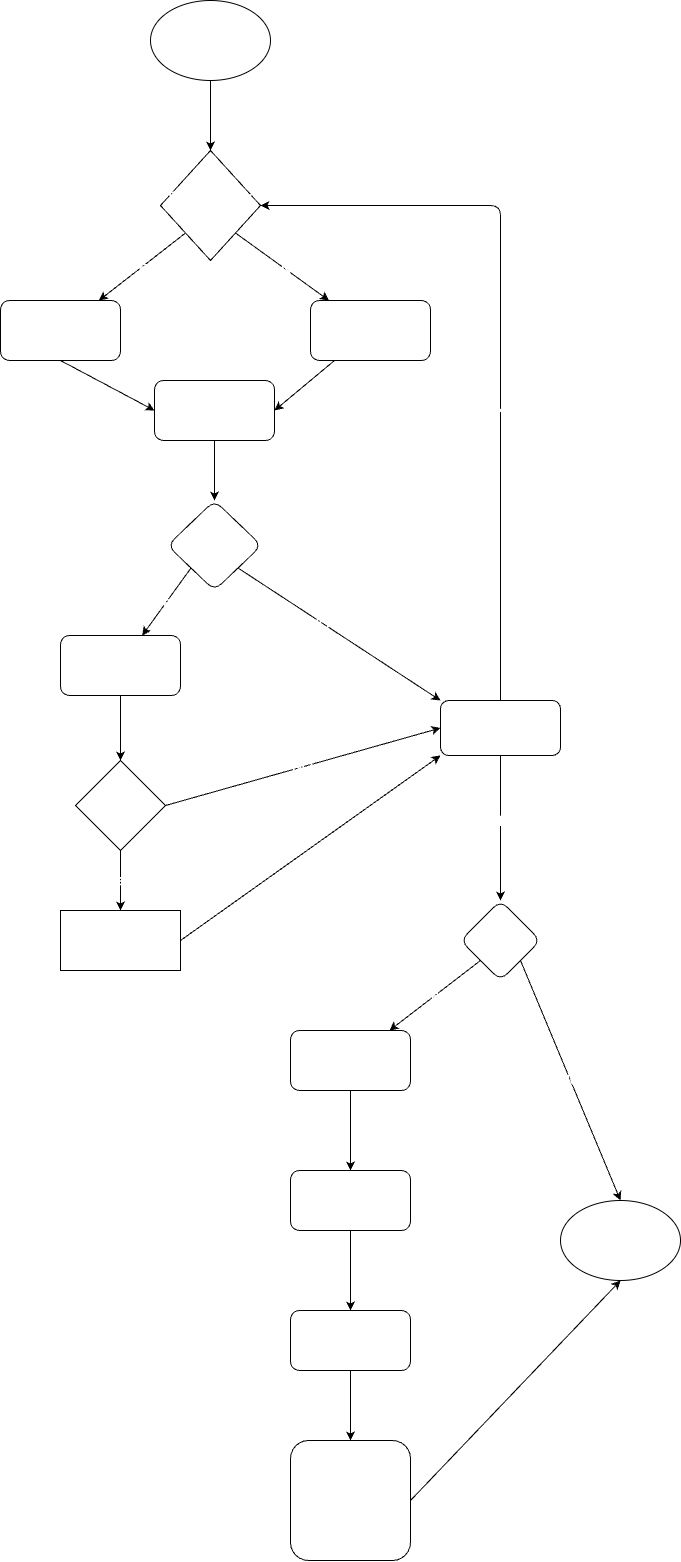
This is explore/diagramming/diagram.drawio.png from Tianshi-Gong/sp24-cse110-lab4, a draw.io export, as it was before one commit. Source tidied: cells renumbered, new cells last; positions are measured from the earlier drawing's top-left corner, leaving out a move shared by most shapes.
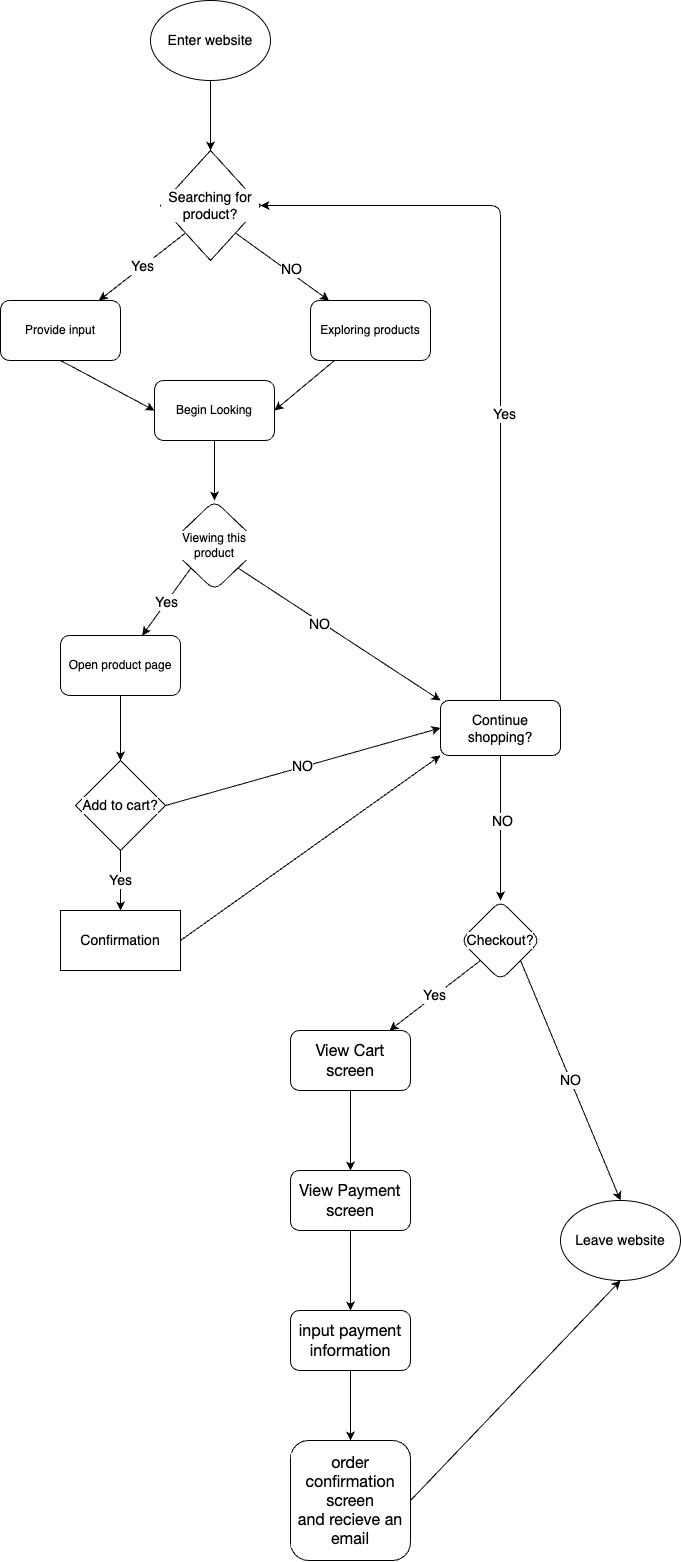
Above is the later version.

Diff of the diagram source:
```diff
@@ -2,128 +2,128 @@
   <root>
     <mxCell id="0" />
     <mxCell id="1" parent="0" />
-    <mxCell id="2" style="edgeStyle=none;html=1;fontSize=14;entryX=0.5;entryY=0;entryDx=0;entryDy=0;exitX=0.5;exitY=1;exitDx=0;exitDy=0;fontColor=#FFFFFF;labelBackgroundColor=none;" parent="1" edge="1" source="41" target="28">
+    <mxCell id="2" style="edgeStyle=none;html=1;fontSize=14;entryX=0.5;entryY=0;entryDx=0;entryDy=0;exitX=0.5;exitY=1;exitDx=0;exitDy=0;fontColor=#000000;labelBackgroundColor=#FFFFFF;" parent="1" edge="1" source="41" target="28">
       <mxGeometry relative="1" as="geometry" />
     </mxCell>
-    <mxCell id="3" style="edgeStyle=none;html=1;fontSize=14;exitX=1;exitY=1;exitDx=0;exitDy=0;fontColor=#FFFFFF;labelBackgroundColor=none;" parent="1" edge="1" source="28" target="7">
+    <mxCell id="3" style="edgeStyle=none;html=1;fontSize=14;exitX=1;exitY=1;exitDx=0;exitDy=0;fontColor=#000000;labelBackgroundColor=#FFFFFF;" parent="1" edge="1" source="28" target="7">
       <mxGeometry relative="1" as="geometry" />
     </mxCell>
-    <mxCell id="4" value="NO" style="edgeLabel;html=1;align=center;verticalAlign=middle;fontSize=14;fontColor=#FFFFFF;labelBackgroundColor=none;" parent="3" vertex="1">
+    <mxCell id="4" value="NO" style="edgeLabel;html=1;align=center;verticalAlign=middle;fontSize=14;fontColor=#000000;labelBackgroundColor=#FFFFFF;" parent="3" vertex="1">
       <mxGeometry x="0.14" y="4" relative="1" as="geometry" />
     </mxCell>
-    <mxCell id="5" value="Yes" style="edgeStyle=none;html=1;fontSize=14;exitX=0;exitY=1;exitDx=0;exitDy=0;fontColor=#FFFFFF;labelBackgroundColor=none;" parent="1" edge="1" source="28" target="9">
+    <mxCell id="5" value="Yes" style="edgeStyle=none;html=1;fontSize=14;exitX=0;exitY=1;exitDx=0;exitDy=0;fontColor=#000000;labelBackgroundColor=#FFFFFF;" parent="1" edge="1" source="28" target="9">
       <mxGeometry relative="1" as="geometry" />
     </mxCell>
-    <mxCell id="6" style="edgeStyle=none;html=1;fontSize=14;entryX=1;entryY=0.5;entryDx=0;entryDy=0;fontColor=#FFFFFF;labelBackgroundColor=none;" parent="1" edge="1" source="7" target="11">
+    <mxCell id="6" style="edgeStyle=none;html=1;fontSize=14;entryX=1;entryY=0.5;entryDx=0;entryDy=0;fontColor=#000000;labelBackgroundColor=#FFFFFF;" parent="1" edge="1" source="7" target="11">
       <mxGeometry relative="1" as="geometry" />
     </mxCell>
-    <mxCell id="7" value="Exploring products" style="whiteSpace=wrap;html=1;rounded=1;fontColor=#FFFFFF;labelBackgroundColor=none;" parent="1" vertex="1">
+    <mxCell id="7" value="Exploring products" style="whiteSpace=wrap;html=1;rounded=1;fontColor=#000000;labelBackgroundColor=#FFFFFF;" parent="1" vertex="1">
       <mxGeometry x="310" y="300" width="120" height="60" as="geometry" />
     </mxCell>
-    <mxCell id="8" style="edgeStyle=none;html=1;exitX=0.5;exitY=1;exitDx=0;exitDy=0;entryX=0;entryY=0.5;entryDx=0;entryDy=0;fontSize=14;fontColor=#FFFFFF;labelBackgroundColor=none;" parent="1" edge="1" source="9" target="11">
+    <mxCell id="8" style="edgeStyle=none;html=1;exitX=0.5;exitY=1;exitDx=0;exitDy=0;entryX=0;entryY=0.5;entryDx=0;entryDy=0;fontSize=14;fontColor=#000000;labelBackgroundColor=#FFFFFF;" parent="1" edge="1" source="9" target="11">
       <mxGeometry relative="1" as="geometry" />
     </mxCell>
-    <mxCell id="9" value="Provide input" style="whiteSpace=wrap;html=1;rounded=1;fontColor=#FFFFFF;labelBackgroundColor=none;" parent="1" vertex="1">
+    <mxCell id="9" value="Provide input" style="whiteSpace=wrap;html=1;rounded=1;fontColor=#000000;labelBackgroundColor=#FFFFFF;" parent="1" vertex="1">
       <mxGeometry y="300" width="120" height="60" as="geometry" />
     </mxCell>
-    <mxCell id="10" style="edgeStyle=none;html=1;fontSize=14;fontColor=#FFFFFF;labelBackgroundColor=none;" parent="1" edge="1" source="11" target="15">
+    <mxCell id="10" style="edgeStyle=none;html=1;fontSize=14;fontColor=#000000;labelBackgroundColor=#FFFFFF;" parent="1" edge="1" source="11" target="15">
       <mxGeometry relative="1" as="geometry" />
     </mxCell>
-    <mxCell id="11" value="Begin Looking" style="whiteSpace=wrap;html=1;rounded=1;fontColor=#FFFFFF;labelBackgroundColor=none;" parent="1" vertex="1">
+    <mxCell id="11" value="Begin Looking" style="whiteSpace=wrap;html=1;rounded=1;fontColor=#000000;labelBackgroundColor=#FFFFFF;" parent="1" vertex="1">
       <mxGeometry x="154" y="380" width="120" height="60" as="geometry" />
     </mxCell>
-    <mxCell id="12" value="Yes" style="edgeStyle=none;html=1;fontSize=14;verticalAlign=middle;exitX=0;exitY=1;exitDx=0;exitDy=0;fontColor=#FFFFFF;labelBackgroundColor=none;" parent="1" edge="1" source="15" target="17">
+    <mxCell id="12" value="Yes" style="edgeStyle=none;html=1;fontSize=14;verticalAlign=middle;exitX=0;exitY=1;exitDx=0;exitDy=0;fontColor=#000000;labelBackgroundColor=#FFFFFF;" parent="1" edge="1" source="15" target="17">
       <mxGeometry relative="1" as="geometry" />
     </mxCell>
-    <mxCell id="13" style="edgeStyle=none;html=1;exitX=1;exitY=1;exitDx=0;exitDy=0;fontSize=14;entryX=0;entryY=0;entryDx=0;entryDy=0;fontColor=#FFFFFF;labelBackgroundColor=none;" parent="1" edge="1" source="15" target="22">
+    <mxCell id="13" style="edgeStyle=none;html=1;exitX=1;exitY=1;exitDx=0;exitDy=0;fontSize=14;entryX=0;entryY=0;entryDx=0;entryDy=0;fontColor=#000000;labelBackgroundColor=#FFFFFF;" parent="1" edge="1" source="15" target="22">
       <mxGeometry relative="1" as="geometry" />
     </mxCell>
-    <mxCell id="14" value="NO" style="edgeLabel;html=1;align=center;verticalAlign=middle;fontSize=14;fontColor=#FFFFFF;labelBackgroundColor=none;" parent="13" vertex="1">
+    <mxCell id="14" value="NO" style="edgeLabel;html=1;align=center;verticalAlign=middle;fontSize=14;fontColor=#000000;labelBackgroundColor=#FFFFFF;" parent="13" vertex="1">
       <mxGeometry x="-0.19" y="-2" relative="1" as="geometry" />
     </mxCell>
-    <mxCell id="15" value="Viewing this product" style="rhombus;whiteSpace=wrap;html=1;rounded=1;fontColor=#FFFFFF;labelBackgroundColor=none;" parent="1" vertex="1">
+    <mxCell id="15" value="Viewing this product" style="rhombus;whiteSpace=wrap;html=1;rounded=1;fontColor=#000000;labelBackgroundColor=#FFFFFF;" parent="1" vertex="1">
       <mxGeometry x="167" y="500" width="94" height="90" as="geometry" />
     </mxCell>
-    <mxCell id="16" style="edgeStyle=none;html=1;fontSize=14;fontColor=#FFFFFF;labelBackgroundColor=none;" parent="1" edge="1" source="17" target="25">
+    <mxCell id="16" style="edgeStyle=none;html=1;fontSize=14;fontColor=#000000;labelBackgroundColor=#FFFFFF;" parent="1" edge="1" source="17" target="25">
       <mxGeometry relative="1" as="geometry" />
     </mxCell>
-    <mxCell id="17" value="Open product page" style="whiteSpace=wrap;html=1;rounded=1;fontColor=#FFFFFF;labelBackgroundColor=none;" parent="1" vertex="1">
+    <mxCell id="17" value="Open product page" style="whiteSpace=wrap;html=1;rounded=1;fontColor=#000000;labelBackgroundColor=#FFFFFF;" parent="1" vertex="1">
       <mxGeometry x="60" y="635" width="120" height="60" as="geometry" />
     </mxCell>
-    <mxCell id="18" style="edgeStyle=none;html=1;exitX=0.5;exitY=0;exitDx=0;exitDy=0;entryX=1;entryY=0.5;entryDx=0;entryDy=0;fontSize=14;fontColor=#FFFFFF;labelBackgroundColor=none;" parent="1" edge="1" source="22" target="28">
+    <mxCell id="18" style="edgeStyle=none;html=1;exitX=0.5;exitY=0;exitDx=0;exitDy=0;entryX=1;entryY=0.5;entryDx=0;entryDy=0;fontSize=14;fontColor=#000000;labelBackgroundColor=#FFFFFF;" parent="1" edge="1" source="22" target="28">
       <mxGeometry relative="1" as="geometry">
         <Array as="points">
           <mxPoint x="500" y="205" />
         </Array>
       </mxGeometry>
     </mxCell>
-    <mxCell id="19" value="Yes" style="edgeLabel;html=1;align=center;verticalAlign=middle;fontSize=14;fontColor=#FFFFFF;labelBackgroundColor=none;" parent="18" vertex="1">
+    <mxCell id="19" value="Yes" style="edgeLabel;html=1;align=center;verticalAlign=middle;fontSize=14;fontColor=#000000;labelBackgroundColor=#FFFFFF;" parent="18" vertex="1">
       <mxGeometry x="-0.22" y="-3" relative="1" as="geometry" />
     </mxCell>
-    <mxCell id="20" style="edgeStyle=none;html=1;fontSize=14;fontColor=#FFFFFF;labelBackgroundColor=none;" parent="1" edge="1" source="22" target="31">
+    <mxCell id="20" style="edgeStyle=none;html=1;fontSize=14;fontColor=#000000;labelBackgroundColor=#FFFFFF;" parent="1" edge="1" source="22" target="31">
       <mxGeometry relative="1" as="geometry" />
     </mxCell>
-    <mxCell id="21" value="NO" style="edgeLabel;html=1;align=center;verticalAlign=middle;fontSize=14;fontColor=#FFFFFF;labelBackgroundColor=none;" parent="20" vertex="1">
+    <mxCell id="21" value="NO" style="edgeLabel;html=1;align=center;verticalAlign=middle;fontSize=14;fontColor=#000000;labelBackgroundColor=#FFFFFF;" parent="20" vertex="1">
       <mxGeometry x="-0.09" y="1" relative="1" as="geometry" />
     </mxCell>
-    <mxCell id="22" value="Continue shopping?" style="rounded=1;whiteSpace=wrap;html=1;fontSize=14;fontColor=#FFFFFF;labelBackgroundColor=none;" parent="1" vertex="1">
+    <mxCell id="22" value="Continue shopping?" style="rounded=1;whiteSpace=wrap;html=1;fontSize=14;fontColor=#000000;labelBackgroundColor=#FFFFFF;" parent="1" vertex="1">
       <mxGeometry x="440" y="700" width="120" height="55" as="geometry" />
     </mxCell>
-    <mxCell id="23" value="NO" style="edgeStyle=none;html=1;exitX=1;exitY=0.5;exitDx=0;exitDy=0;entryX=0;entryY=0.5;entryDx=0;entryDy=0;fontSize=14;fontColor=#FFFFFF;labelBackgroundColor=none;" parent="1" edge="1" source="25" target="22">
+    <mxCell id="23" value="NO" style="edgeStyle=none;html=1;exitX=1;exitY=0.5;exitDx=0;exitDy=0;entryX=0;entryY=0.5;entryDx=0;entryDy=0;fontSize=14;fontColor=#000000;labelBackgroundColor=#FFFFFF;" parent="1" edge="1" source="25" target="22">
       <mxGeometry relative="1" as="geometry" />
     </mxCell>
-    <mxCell id="24" value="Yes" style="edgeStyle=none;html=1;exitX=0.5;exitY=1;exitDx=0;exitDy=0;entryX=0.5;entryY=0;entryDx=0;entryDy=0;fontSize=14;fontColor=#FFFFFF;labelBackgroundColor=none;" parent="1" edge="1" source="25" target="27">
+    <mxCell id="24" value="Yes" style="edgeStyle=none;html=1;exitX=0.5;exitY=1;exitDx=0;exitDy=0;entryX=0.5;entryY=0;entryDx=0;entryDy=0;fontSize=14;fontColor=#000000;labelBackgroundColor=#FFFFFF;" parent="1" edge="1" source="25" target="27">
       <mxGeometry relative="1" as="geometry" />
     </mxCell>
-    <mxCell id="25" value="Add to cart?" style="rhombus;whiteSpace=wrap;html=1;fontSize=14;fontColor=#FFFFFF;labelBackgroundColor=none;" parent="1" vertex="1">
+    <mxCell id="25" value="Add to cart?" style="rhombus;whiteSpace=wrap;html=1;fontSize=14;fontColor=#000000;labelBackgroundColor=#FFFFFF;" parent="1" vertex="1">
       <mxGeometry x="75" y="760" width="90" height="90" as="geometry" />
     </mxCell>
-    <mxCell id="26" style="edgeStyle=none;html=1;exitX=1;exitY=0.5;exitDx=0;exitDy=0;entryX=0;entryY=1;entryDx=0;entryDy=0;fontSize=14;fontColor=#FFFFFF;labelBackgroundColor=none;" parent="1" edge="1" source="27" target="22">
+    <mxCell id="26" style="edgeStyle=none;html=1;exitX=1;exitY=0.5;exitDx=0;exitDy=0;entryX=0;entryY=1;entryDx=0;entryDy=0;fontSize=14;fontColor=#000000;labelBackgroundColor=#FFFFFF;" parent="1" edge="1" source="27" target="22">
       <mxGeometry relative="1" as="geometry" />
     </mxCell>
-    <mxCell id="27" value="Confirmation" style="whiteSpace=wrap;html=1;fontSize=14;fontColor=#FFFFFF;labelBackgroundColor=none;" parent="1" vertex="1">
+    <mxCell id="27" value="Confirmation" style="whiteSpace=wrap;html=1;fontSize=14;fontColor=#000000;labelBackgroundColor=#FFFFFF;" parent="1" vertex="1">
       <mxGeometry x="60" y="910" width="120" height="60" as="geometry" />
     </mxCell>
-    <mxCell id="28" value="Searching for product?" style="rhombus;whiteSpace=wrap;html=1;fontSize=14;fontColor=#FFFFFF;labelBackgroundColor=none;" parent="1" vertex="1">
+    <mxCell id="28" value="Searching for product?" style="rhombus;whiteSpace=wrap;html=1;fontSize=14;fontColor=#000000;labelBackgroundColor=#FFFFFF;" parent="1" vertex="1">
       <mxGeometry x="160" y="150" width="100" height="110" as="geometry" />
     </mxCell>
-    <mxCell id="29" value="NO" style="edgeStyle=none;html=1;fontSize=14;entryX=0.5;entryY=0;entryDx=0;entryDy=0;exitX=1;exitY=1;exitDx=0;exitDy=0;fontColor=#FFFFFF;labelBackgroundColor=none;" parent="1" edge="1" source="31" target="40">
+    <mxCell id="29" value="NO" style="edgeStyle=none;html=1;fontSize=14;entryX=0.5;entryY=0;entryDx=0;entryDy=0;exitX=1;exitY=1;exitDx=0;exitDy=0;fontColor=#000000;labelBackgroundColor=#FFFFFF;" parent="1" edge="1" source="31" target="40">
       <mxGeometry relative="1" as="geometry" />
     </mxCell>
-    <mxCell id="30" value="Yes" style="edgeStyle=none;html=1;fontSize=14;exitX=0;exitY=1;exitDx=0;exitDy=0;fontColor=#FFFFFF;labelBackgroundColor=none;" parent="1" edge="1" source="31" target="33">
+    <mxCell id="30" value="Yes" style="edgeStyle=none;html=1;fontSize=14;exitX=0;exitY=1;exitDx=0;exitDy=0;fontColor=#000000;labelBackgroundColor=#FFFFFF;" parent="1" edge="1" source="31" target="33">
       <mxGeometry relative="1" as="geometry" />
     </mxCell>
-    <mxCell id="31" value="Checkout?" style="rhombus;whiteSpace=wrap;html=1;fontSize=14;rounded=1;fontColor=#FFFFFF;labelBackgroundColor=none;" parent="1" vertex="1">
+    <mxCell id="31" value="Checkout?" style="rhombus;whiteSpace=wrap;html=1;fontSize=14;rounded=1;fontColor=#000000;labelBackgroundColor=#FFFFFF;" parent="1" vertex="1">
       <mxGeometry x="460" y="900" width="80" height="80" as="geometry" />
     </mxCell>
-    <mxCell id="32" style="edgeStyle=none;html=1;fontSize=14;fontColor=#FFFFFF;labelBackgroundColor=none;" parent="1" edge="1" source="33" target="35">
+    <mxCell id="32" style="edgeStyle=none;html=1;fontSize=14;fontColor=#000000;labelBackgroundColor=#FFFFFF;" parent="1" edge="1" source="33" target="35">
       <mxGeometry relative="1" as="geometry" />
     </mxCell>
-    <mxCell id="33" value="&lt;span style=&quot;caret-color: rgb(0, 0, 0); font-family: &amp;quot;Lato Extended&amp;quot;, Lato, &amp;quot;Helvetica Neue&amp;quot;, Helvetica, Arial, sans-serif; font-size: 16px; text-align: left; text-size-adjust: auto;&quot;&gt;&lt;font&gt;View Cart screen&lt;/font&gt;&lt;/span&gt;" style="whiteSpace=wrap;html=1;fontSize=14;rounded=1;gradientColor=none;fontColor=#FFFFFF;labelBackgroundColor=none;" parent="1" vertex="1">
+    <mxCell id="33" value="&lt;span style=&quot;caret-color: rgb(0, 0, 0); font-family: &amp;quot;Lato Extended&amp;quot;, Lato, &amp;quot;Helvetica Neue&amp;quot;, Helvetica, Arial, sans-serif; font-size: 16px; text-align: left; text-size-adjust: auto;&quot;&gt;&lt;font&gt;View Cart screen&lt;/font&gt;&lt;/span&gt;" style="whiteSpace=wrap;html=1;fontSize=14;rounded=1;gradientColor=none;fontColor=#000000;labelBackgroundColor=#FFFFFF;" parent="1" vertex="1">
       <mxGeometry x="290" y="1030" width="120" height="60" as="geometry" />
     </mxCell>
-    <mxCell id="34" style="edgeStyle=none;html=1;fontSize=14;fontColor=#FFFFFF;labelBackgroundColor=none;" parent="1" edge="1" source="35" target="37">
+    <mxCell id="34" style="edgeStyle=none;html=1;fontSize=14;fontColor=#000000;labelBackgroundColor=#FFFFFF;" parent="1" edge="1" source="35" target="37">
       <mxGeometry relative="1" as="geometry" />
     </mxCell>
-    <mxCell id="35" value="&lt;span style=&quot;caret-color: rgb(0, 0, 0); font-family: &amp;quot;Lato Extended&amp;quot;, Lato, &amp;quot;Helvetica Neue&amp;quot;, Helvetica, Arial, sans-serif; font-size: 16px; text-align: left; text-size-adjust: auto;&quot;&gt;&lt;font&gt;View Payment screen&lt;/font&gt;&lt;/span&gt;" style="whiteSpace=wrap;html=1;fontSize=14;rounded=1;fontColor=#FFFFFF;labelBackgroundColor=none;" parent="1" vertex="1">
+    <mxCell id="35" value="&lt;span style=&quot;caret-color: rgb(0, 0, 0); font-family: &amp;quot;Lato Extended&amp;quot;, Lato, &amp;quot;Helvetica Neue&amp;quot;, Helvetica, Arial, sans-serif; font-size: 16px; text-align: left; text-size-adjust: auto;&quot;&gt;&lt;font&gt;View Payment screen&lt;/font&gt;&lt;/span&gt;" style="whiteSpace=wrap;html=1;fontSize=14;rounded=1;fontColor=#000000;labelBackgroundColor=#FFFFFF;" parent="1" vertex="1">
       <mxGeometry x="290" y="1170" width="120" height="60" as="geometry" />
     </mxCell>
-    <mxCell id="36" style="edgeStyle=none;html=1;fontSize=14;fontColor=#FFFFFF;exitX=0.5;exitY=1;exitDx=0;exitDy=0;labelBackgroundColor=none;" parent="1" edge="1" source="37" target="39">
+    <mxCell id="36" style="edgeStyle=none;html=1;fontSize=14;fontColor=#000000;exitX=0.5;exitY=1;exitDx=0;exitDy=0;labelBackgroundColor=#FFFFFF;" parent="1" edge="1" source="37" target="39">
       <mxGeometry relative="1" as="geometry" />
     </mxCell>
-    <mxCell id="37" value="&lt;span style=&quot;caret-color: rgb(0, 0, 0); font-family: &amp;quot;Lato Extended&amp;quot;, Lato, &amp;quot;Helvetica Neue&amp;quot;, Helvetica, Arial, sans-serif; font-size: 16px; text-align: left; text-size-adjust: auto;&quot;&gt;&lt;font&gt;input payment information&lt;/font&gt;&lt;/span&gt;" style="whiteSpace=wrap;html=1;fontSize=14;rounded=1;fontColor=#FFFFFF;labelBackgroundColor=none;" parent="1" vertex="1">
+    <mxCell id="37" value="&lt;span style=&quot;caret-color: rgb(0, 0, 0); font-family: &amp;quot;Lato Extended&amp;quot;, Lato, &amp;quot;Helvetica Neue&amp;quot;, Helvetica, Arial, sans-serif; font-size: 16px; text-align: left; text-size-adjust: auto;&quot;&gt;&lt;font&gt;input payment information&lt;/font&gt;&lt;/span&gt;" style="whiteSpace=wrap;html=1;fontSize=14;rounded=1;fontColor=#000000;labelBackgroundColor=#FFFFFF;" parent="1" vertex="1">
       <mxGeometry x="290" y="1310" width="120" height="60" as="geometry" />
     </mxCell>
-    <mxCell id="38" style="edgeStyle=none;html=1;exitX=1;exitY=0.5;exitDx=0;exitDy=0;entryX=0.5;entryY=1;entryDx=0;entryDy=0;fontSize=14;fontColor=#FFFFFF;labelBackgroundColor=none;" parent="1" edge="1" source="39" target="40">
+    <mxCell id="38" style="edgeStyle=none;html=1;exitX=1;exitY=0.5;exitDx=0;exitDy=0;entryX=0.5;entryY=1;entryDx=0;entryDy=0;fontSize=14;fontColor=#000000;labelBackgroundColor=#FFFFFF;" parent="1" edge="1" source="39" target="40">
       <mxGeometry relative="1" as="geometry" />
     </mxCell>
-    <mxCell id="39" value="&lt;span style=&quot;caret-color: rgb(0, 0, 0); font-family: &amp;quot;Lato Extended&amp;quot;, Lato, &amp;quot;Helvetica Neue&amp;quot;, Helvetica, Arial, sans-serif; font-size: 16px; text-align: left; text-size-adjust: auto;&quot;&gt;&lt;font style=&quot;&quot;&gt;order confirmation screen&lt;br&gt;and recieve an email&lt;br&gt;&lt;/font&gt;&lt;/span&gt;" style="whiteSpace=wrap;html=1;fontSize=14;rounded=1;fontColor=#FFFFFF;labelBackgroundColor=none;" parent="1" vertex="1">
+    <mxCell id="39" value="&lt;span style=&quot;caret-color: rgb(0, 0, 0); font-family: &amp;quot;Lato Extended&amp;quot;, Lato, &amp;quot;Helvetica Neue&amp;quot;, Helvetica, Arial, sans-serif; font-size: 16px; text-align: left; text-size-adjust: auto;&quot;&gt;&lt;font style=&quot;&quot;&gt;order confirmation screen&lt;br&gt;and recieve an email&lt;br&gt;&lt;/font&gt;&lt;/span&gt;" style="whiteSpace=wrap;html=1;fontSize=14;rounded=1;fontColor=#000000;labelBackgroundColor=#FFFFFF;" parent="1" vertex="1">
       <mxGeometry x="290" y="1440" width="120" height="120" as="geometry" />
     </mxCell>
-    <mxCell id="40" value="Leave website" style="ellipse;whiteSpace=wrap;html=1;labelBackgroundColor=none;fontSize=14;fontColor=#FFFFFF;" parent="1" vertex="1">
+    <mxCell id="40" value="Leave website" style="ellipse;whiteSpace=wrap;html=1;labelBackgroundColor=#FFFFFF;fontSize=14;fontColor=#000000;" parent="1" vertex="1">
       <mxGeometry x="560" y="1200" width="120" height="80" as="geometry" />
     </mxCell>
-    <mxCell id="41" value="Enter website" style="ellipse;whiteSpace=wrap;html=1;labelBackgroundColor=none;fontSize=14;fontColor=#FFFFFF;gradientColor=none;" parent="1" vertex="1">
+    <mxCell id="41" value="Enter website" style="ellipse;whiteSpace=wrap;html=1;labelBackgroundColor=#FFFFFF;fontSize=14;fontColor=#000000;gradientColor=none;" parent="1" vertex="1">
       <mxGeometry x="150" width="120" height="80" as="geometry" />
     </mxCell>
   </root>
```
